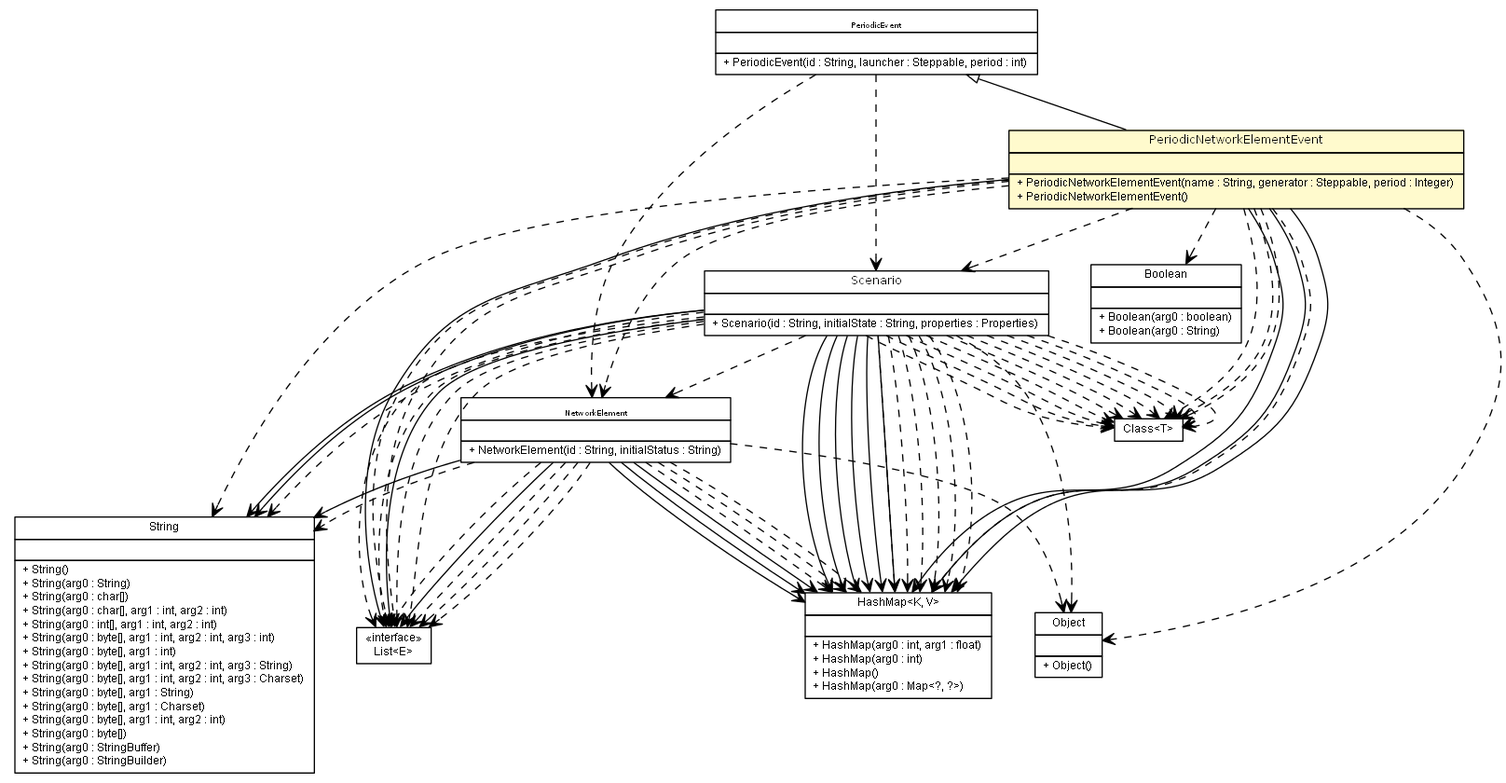
Earlier version of the Graphviz export apidocs/es/upm/dit/gsi/shanks/model/event/networkelement/PeriodicNetworkElementEvent.png (gsi-upm/Shanks). Its source is kept beside it as apidocs/es/upm/dit/gsi/shanks/model/event/networkelement/PeriodicNetworkElementEvent.dot.
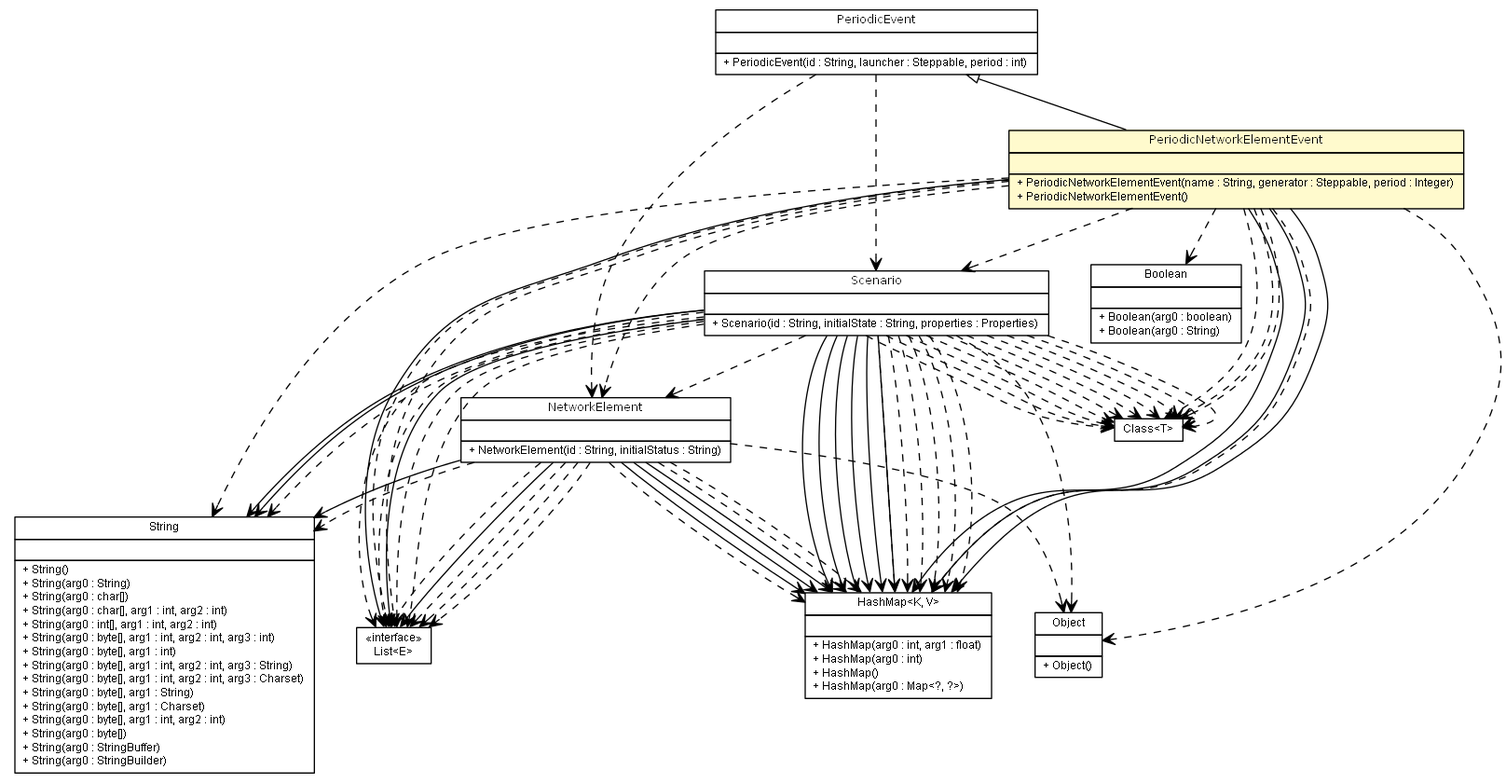
After the change.

The edit, as a diff of the source:
```diff
@@ -68,50 +68,50 @@
 	c6128:p -> c6155:p [taillabel="", label="", headlabel="", fontname="arial", fontcolor="black", fontsize=10.0, color="black", arrowhead=open];
 	c6128:p -> c6155:p [taillabel="", label="", headlabel="", fontname="arial", fontcolor="black", fontsize=10.0, color="black", arrowhead=open];
 	c6128:p -> c6155:p [taillabel="", label="", headlabel="", fontname="arial", fontcolor="black", fontsize=10.0, color="black", arrowhead=open];
+	c6111:p -> c6155:p [taillabel="", label="", headlabel="", fontname="arial", fontcolor="black", fontsize=10.0, color="black", arrowhead=open, style=dashed];
 	c6111:p -> c6157:p [taillabel="", label="", headlabel="", fontname="arial", fontcolor="black", fontsize=10.0, color="black", arrowhead=open, style=dashed];
-	c6111:p -> c6154:p [taillabel="", label="", headlabel="", fontname="arial", fontcolor="black", fontsize=10.0, color="black", arrowhead=open, style=dashed];
 	c6111:p -> c6155:p [taillabel="", label="", headlabel="", fontname="arial", fontcolor="black", fontsize=10.0, color="black", arrowhead=open, style=dashed];
 	c6111:p -> c6156:p [taillabel="", label="", headlabel="", fontname="arial", fontcolor="black", fontsize=10.0, color="black", arrowhead=open, style=dashed];
+	c6111:p -> c6154:p [taillabel="", label="", headlabel="", fontname="arial", fontcolor="black", fontsize=10.0, color="black", arrowhead=open, style=dashed];
 	c6111:p -> c6156:p [taillabel="", label="", headlabel="", fontname="arial", fontcolor="black", fontsize=10.0, color="black", arrowhead=open, style=dashed];
 	c6111:p -> c6155:p [taillabel="", label="", headlabel="", fontname="arial", fontcolor="black", fontsize=10.0, color="black", arrowhead=open, style=dashed];
 	c6111:p -> c6156:p [taillabel="", label="", headlabel="", fontname="arial", fontcolor="black", fontsize=10.0, color="black", arrowhead=open, style=dashed];
 	c6111:p -> c6156:p [taillabel="", label="", headlabel="", fontname="arial", fontcolor="black", fontsize=10.0, color="black", arrowhead=open, style=dashed];
-	c6111:p -> c6155:p [taillabel="", label="", headlabel="", fontname="arial", fontcolor="black", fontsize=10.0, color="black", arrowhead=open, style=dashed];
 	c6114:p -> c6128:p [taillabel="", label="", headlabel="", fontname="arial", fontcolor="black", fontsize=10.0, color="black", arrowhead=open, style=dashed];
 	c6114:p -> c6111:p [taillabel="", label="", headlabel="", fontname="arial", fontcolor="black", fontsize=10.0, color="black", arrowhead=open, style=dashed];
+	c6125:p -> c6158:p [taillabel="", label="", headlabel="", fontname="arial", fontcolor="black", fontsize=10.0, color="black", arrowhead=open, style=dashed];
+	c6125:p -> c6156:p [taillabel="", label="", headlabel="", fontname="arial", fontcolor="black", fontsize=10.0, color="black", arrowhead=open, style=dashed];
 	c6125:p -> c6157:p [taillabel="", label="", headlabel="", fontname="arial", fontcolor="black", fontsize=10.0, color="black", arrowhead=open, style=dashed];
-	c6125:p -> c6154:p [taillabel="", label="", headlabel="", fontname="arial", fontcolor="black", fontsize=10.0, color="black", arrowhead=open, style=dashed];
-	c6125:p -> c6155:p [taillabel="", label="", headlabel="", fontname="arial", fontcolor="black", fontsize=10.0, color="black", arrowhead=open, style=dashed];
-	c6125:p -> c6128:p [taillabel="", label="", headlabel="", fontname="arial", fontcolor="black", fontsize=10.0, color="black", arrowhead=open, style=dashed];
-	c6125:p -> c6158:p [taillabel="", label="", headlabel="", fontname="arial", fontcolor="black", fontsize=10.0, color="black", arrowhead=open, style=dashed];
-	c6125:p -> c6111:p [taillabel="", label="", headlabel="", fontname="arial", fontcolor="black", fontsize=10.0, color="black", arrowhead=open, style=dashed];
 	c6125:p -> c6159:p [taillabel="", label="", headlabel="", fontname="arial", fontcolor="black", fontsize=10.0, color="black", arrowhead=open, style=dashed];
 	c6125:p -> c6159:p [taillabel="", label="", headlabel="", fontname="arial", fontcolor="black", fontsize=10.0, color="black", arrowhead=open, style=dashed];
+	c6125:p -> c6155:p [taillabel="", label="", headlabel="", fontname="arial", fontcolor="black", fontsize=10.0, color="black", arrowhead=open, style=dashed];
+	c6125:p -> c6154:p [taillabel="", label="", headlabel="", fontname="arial", fontcolor="black", fontsize=10.0, color="black", arrowhead=open, style=dashed];
+	c6125:p -> c6159:p [taillabel="", label="", headlabel="", fontname="arial", fontcolor="black", fontsize=10.0, color="black", arrowhead=open, style=dashed];
+	c6125:p -> c6128:p [taillabel="", label="", headlabel="", fontname="arial", fontcolor="black", fontsize=10.0, color="black", arrowhead=open, style=dashed];
 	c6125:p -> c6156:p [taillabel="", label="", headlabel="", fontname="arial", fontcolor="black", fontsize=10.0, color="black", arrowhead=open, style=dashed];
-	c6125:p -> c6159:p [taillabel="", label="", headlabel="", fontname="arial", fontcolor="black", fontsize=10.0, color="black", arrowhead=open, style=dashed];
-	c6125:p -> c6156:p [taillabel="", label="", headlabel="", fontname="arial", fontcolor="black", fontsize=10.0, color="black", arrowhead=open, style=dashed];
+	c6125:p -> c6111:p [taillabel="", label="", headlabel="", fontname="arial", fontcolor="black", fontsize=10.0, color="black", arrowhead=open, style=dashed];
+	c6128:p -> c6159:p [taillabel="", label="", headlabel="", fontname="arial", fontcolor="black", fontsize=10.0, color="black", arrowhead=open, style=dashed];
 	c6128:p -> c6157:p [taillabel="", label="", headlabel="", fontname="arial", fontcolor="black", fontsize=10.0, color="black", arrowhead=open, style=dashed];
+	c6128:p -> c6159:p [taillabel="", label="", headlabel="", fontname="arial", fontcolor="black", fontsize=10.0, color="black", arrowhead=open, style=dashed];
+	c6128:p -> c6159:p [taillabel="", label="", headlabel="", fontname="arial", fontcolor="black", fontsize=10.0, color="black", arrowhead=open, style=dashed];
+	c6128:p -> c6155:p [taillabel="", label="", headlabel="", fontname="arial", fontcolor="black", fontsize=10.0, color="black", arrowhead=open, style=dashed];
+	c6128:p -> c6156:p [taillabel="", label="", headlabel="", fontname="arial", fontcolor="black", fontsize=10.0, color="black", arrowhead=open, style=dashed];
+	c6128:p -> c6159:p [taillabel="", label="", headlabel="", fontname="arial", fontcolor="black", fontsize=10.0, color="black", arrowhead=open, style=dashed];
+	c6128:p -> c6159:p [taillabel="", label="", headlabel="", fontname="arial", fontcolor="black", fontsize=10.0, color="black", arrowhead=open, style=dashed];
+	c6128:p -> c6159:p [taillabel="", label="", headlabel="", fontname="arial", fontcolor="black", fontsize=10.0, color="black", arrowhead=open, style=dashed];
+	c6128:p -> c6156:p [taillabel="", label="", headlabel="", fontname="arial", fontcolor="black", fontsize=10.0, color="black", arrowhead=open, style=dashed];
+	c6128:p -> c6156:p [taillabel="", label="", headlabel="", fontname="arial", fontcolor="black", fontsize=10.0, color="black", arrowhead=open, style=dashed];
 	c6128:p -> c6155:p [taillabel="", label="", headlabel="", fontname="arial", fontcolor="black", fontsize=10.0, color="black", arrowhead=open, style=dashed];
 	c6128:p -> c6159:p [taillabel="", label="", headlabel="", fontname="arial", fontcolor="black", fontsize=10.0, color="black", arrowhead=open, style=dashed];
 	c6128:p -> c6159:p [taillabel="", label="", headlabel="", fontname="arial", fontcolor="black", fontsize=10.0, color="black", arrowhead=open, style=dashed];
-	c6128:p -> c6159:p [taillabel="", label="", headlabel="", fontname="arial", fontcolor="black", fontsize=10.0, color="black", arrowhead=open, style=dashed];
-	c6128:p -> c6159:p [taillabel="", label="", headlabel="", fontname="arial", fontcolor="black", fontsize=10.0, color="black", arrowhead=open, style=dashed];
 	c6128:p -> c6154:p [taillabel="", label="", headlabel="", fontname="arial", fontcolor="black", fontsize=10.0, color="black", arrowhead=open, style=dashed];
-	c6128:p -> c6159:p [taillabel="", label="", headlabel="", fontname="arial", fontcolor="black", fontsize=10.0, color="black", arrowhead=open, style=dashed];
+	c6128:p -> c6155:p [taillabel="", label="", headlabel="", fontname="arial", fontcolor="black", fontsize=10.0, color="black", arrowhead=open, style=dashed];
+	c6128:p -> c6155:p [taillabel="", label="", headlabel="", fontname="arial", fontcolor="black", fontsize=10.0, color="black", arrowhead=open, style=dashed];
+	c6128:p -> c6155:p [taillabel="", label="", headlabel="", fontname="arial", fontcolor="black", fontsize=10.0, color="black", arrowhead=open, style=dashed];
+	c6128:p -> c6155:p [taillabel="", label="", headlabel="", fontname="arial", fontcolor="black", fontsize=10.0, color="black", arrowhead=open, style=dashed];
 	c6128:p -> c6156:p [taillabel="", label="", headlabel="", fontname="arial", fontcolor="black", fontsize=10.0, color="black", arrowhead=open, style=dashed];
 	c6128:p -> c6159:p [taillabel="", label="", headlabel="", fontname="arial", fontcolor="black", fontsize=10.0, color="black", arrowhead=open, style=dashed];
 	c6128:p -> c6159:p [taillabel="", label="", headlabel="", fontname="arial", fontcolor="black", fontsize=10.0, color="black", arrowhead=open, style=dashed];
-	c6128:p -> c6155:p [taillabel="", label="", headlabel="", fontname="arial", fontcolor="black", fontsize=10.0, color="black", arrowhead=open, style=dashed];
-	c6128:p -> c6155:p [taillabel="", label="", headlabel="", fontname="arial", fontcolor="black", fontsize=10.0, color="black", arrowhead=open, style=dashed];
-	c6128:p -> c6159:p [taillabel="", label="", headlabel="", fontname="arial", fontcolor="black", fontsize=10.0, color="black", arrowhead=open, style=dashed];
-	c6128:p -> c6155:p [taillabel="", label="", headlabel="", fontname="arial", fontcolor="black", fontsize=10.0, color="black", arrowhead=open, style=dashed];
-	c6128:p -> c6159:p [taillabel="", label="", headlabel="", fontname="arial", fontcolor="black", fontsize=10.0, color="black", arrowhead=open, style=dashed];
-	c6128:p -> c6155:p [taillabel="", label="", headlabel="", fontname="arial", fontcolor="black", fontsize=10.0, color="black", arrowhead=open, style=dashed];
-	c6128:p -> c6159:p [taillabel="", label="", headlabel="", fontname="arial", fontcolor="black", fontsize=10.0, color="black", arrowhead=open, style=dashed];
-	c6128:p -> c6156:p [taillabel="", label="", headlabel="", fontname="arial", fontcolor="black", fontsize=10.0, color="black", arrowhead=open, style=dashed];
-	c6128:p -> c6155:p [taillabel="", label="", headlabel="", fontname="arial", fontcolor="black", fontsize=10.0, color="black", arrowhead=open, style=dashed];
-	c6128:p -> c6156:p [taillabel="", label="", headlabel="", fontname="arial", fontcolor="black", fontsize=10.0, color="black", arrowhead=open, style=dashed];
-	c6128:p -> c6156:p [taillabel="", label="", headlabel="", fontname="arial", fontcolor="black", fontsize=10.0, color="black", arrowhead=open, style=dashed];
 	c6128:p -> c6111:p [taillabel="", label="", headlabel="", fontname="arial", fontcolor="black", fontsize=10.0, color="black", arrowhead=open, style=dashed];
 	c6158 [label=<<table title="java.lang.Boolean" border="0" cellborder="1" cellspacing="0" cellpadding="2" port="p" href="http://java.sun.com/j2se/1.4.2/docs/api/java/lang/Boolean.html">
 		<tr><td><table border="0" cellspacing="0" cellpadding="1">
```
